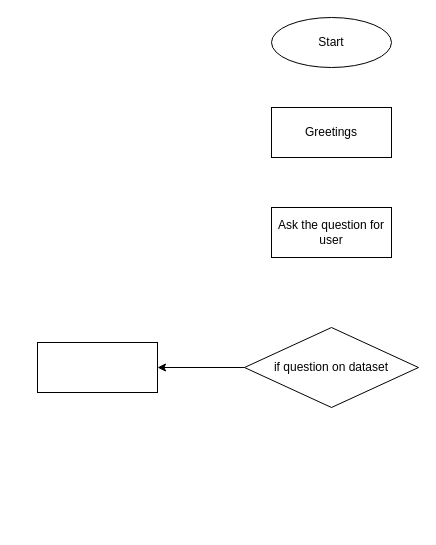
Above: Diagram Tanpa Judul.drawio in alipbudiman/asset (draw.io), before the change. Source tidied: cells renumbered, new cells numbered last; positions are measured from the earlier drawing's top-left corner, leaving out a move shared by most shapes. Both pictures are drawn from the tidied source at 100%, with x=0, y=0 at pixel (37, 17).
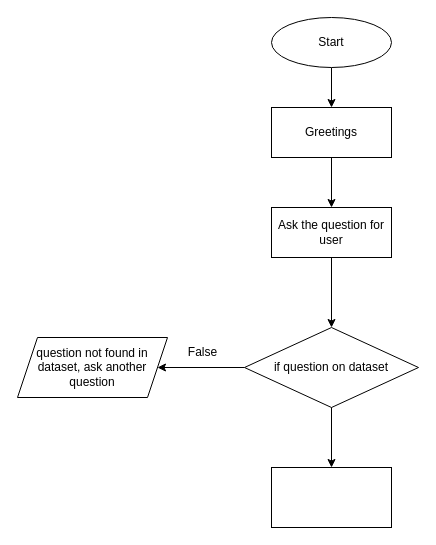
The same diagram, later.

The edit, as a diff of the source:
```diff
@@
 <mxGraphModel>
   <root>
     <mxCell id="0" />
     <mxCell id="1" parent="0" />
+    <mxCell id="8" style="edgeStyle=orthogonalEdgeStyle;rounded=0;jettySize=auto;html=1;" parent="1" edge="1" source="2" target="3">
+      <mxGeometry relative="1" as="geometry" />
+    </mxCell>
     <mxCell id="2" value="Start" style="ellipse;whiteSpace=wrap;html=1;" parent="1" vertex="1">
       <mxGeometry x="234" width="120" height="50" as="geometry" />
     </mxCell>
+    <mxCell id="9" style="edgeStyle=orthogonalEdgeStyle;rounded=0;jettySize=auto;html=1;" parent="1" edge="1" source="3" target="4">
+      <mxGeometry relative="1" as="geometry" />
+    </mxCell>
     <mxCell id="3" value="Greetings" style="rounded=0;whiteSpace=wrap;html=1;" parent="1" vertex="1">
       <mxGeometry x="234" y="90" width="120" height="50" as="geometry" />
     </mxCell>
+    <mxCell id="10" style="edgeStyle=orthogonalEdgeStyle;rounded=0;jettySize=auto;html=1;" parent="1" edge="1" source="4" target="5">
+      <mxGeometry relative="1" as="geometry" />
+    </mxCell>
     <mxCell id="4" value="Ask the question for user" style="rounded=0;whiteSpace=wrap;html=1;" parent="1" vertex="1">
       <mxGeometry x="234" y="190" width="120" height="50" as="geometry" />
     </mxCell>
     <mxCell id="5" value="if question on dataset" style="rhombus;whiteSpace=wrap;html=1;" parent="1" vertex="1">
       <mxGeometry x="207" y="310" width="174" height="80" as="geometry" />
     </mxCell>
     <mxCell id="6" style="endArrow=classic;html=1;rounded=0;exitX=0;exitY=0.5;exitDx=0;exitDy=0;" parent="1" edge="1" source="5">
       <mxGeometry relative="1" as="geometry">
         <mxPoint x="120" y="350" as="targetPoint" />
       </mxGeometry>
     </mxCell>
-    <mxCell id="7" style="rounded=0;whiteSpace=wrap;html=1;" parent="1" vertex="1">
-      <mxGeometry y="325" width="120" height="50" as="geometry" />
-    </mxCell>
+    <mxCell id="11" value="question not found in dataset, ask another question" style="shape=parallelogram;perimeter=parallelogramPerimeter;whiteSpace=wrap;html=1;fixedSize=1;" parent="1" vertex="1">
+      <mxGeometry x="-20" y="320" width="150" height="60" as="geometry" />
+    </mxCell>
+    <mxCell id="12" style="rounded=0;whiteSpace=wrap;html=1;" parent="1" vertex="1">
+      <mxGeometry x="234" y="450" width="120" height="60" as="geometry" />
+    </mxCell>
+    <mxCell id="13" value="False" style="text;html=1;align=center;verticalAlign=middle;strokeColor=none;fillColor=none;" parent="1" vertex="1">
+      <mxGeometry x="140" y="320" width="50" height="30" as="geometry" />
+    </mxCell>
+    <mxCell id="14" style="endArrow=classic;html=1;rounded=0;exitX=0.5;exitY=1;exitDx=0;exitDy=0;entryX=0.5;entryY=0;entryDx=0;entryDy=0;" parent="1" edge="1" source="5" target="12">
+      <mxGeometry relative="1" as="geometry" />
+    </mxCell>
   </root>
 </mxGraphModel>
```
